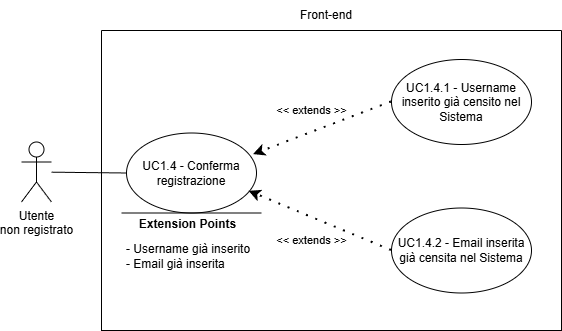
The draw.io diagram assets/diagrams/UC1_4.png in SkarabGroup/DocumentazioneProgetto, before a commit. Source tidied: cells renumbered, new cells last; positions are measured from the earlier drawing's top-left corner, leaving out a move shared by most shapes.
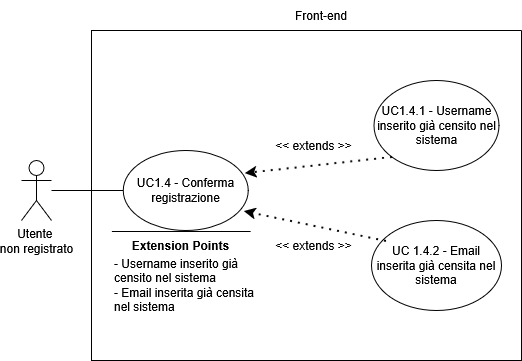
After the change.

The edit, as a diff of the source:
```diff
@@ -2,55 +2,50 @@
   <root>
     <mxCell id="0" />
     <mxCell id="1" parent="0" />
-    <mxCell id="2" value="Utente&lt;div&gt;non&amp;nbsp;&lt;span style=&quot;background-color: transparent; color: light-dark(rgb(0, 0, 0), rgb(255, 255, 255));&quot;&gt;registrato&lt;/span&gt;&lt;/div&gt;" style="shape=umlActor;verticalLabelPosition=bottom;verticalAlign=top;html=1;outlineConnect=0;align=center;" parent="1" vertex="1">
-      <mxGeometry y="141.5" width="30" height="60" as="geometry" />
+    <mxCell id="2" value="&lt;div&gt;Utente&amp;nbsp;&lt;/div&gt;&lt;div&gt;non registrato&lt;/div&gt;" style="shape=umlActor;verticalLabelPosition=bottom;verticalAlign=top;html=1;outlineConnect=0;" parent="1" vertex="1">
+      <mxGeometry y="159" width="30" height="60" as="geometry" />
     </mxCell>
-    <mxCell id="3" style="swimlane;startSize=0;" parent="1" vertex="1">
-      <mxGeometry x="80" y="30" width="460" height="300" as="geometry" />
-    </mxCell>
-    <mxCell id="4" style="ellipse;whiteSpace=wrap;html=1;" parent="3" vertex="1">
-      <mxGeometry x="25" y="102.5" width="130" height="80" as="geometry" />
-    </mxCell>
-    <mxCell id="5" style="endArrow=none;html=1;rounded=0;" parent="3" edge="1">
-      <mxGeometry relative="1" as="geometry">
-        <mxPoint x="20" y="182.5" as="sourcePoint" />
-        <mxPoint x="160" y="182.5" as="targetPoint" />
-      </mxGeometry>
-    </mxCell>
+    <mxCell id="17" style="swimlane;startSize=0;" parent="1" vertex="1">
+      <mxGeometry x="70" y="29" width="430" height="330" as="geometry" />
+    </mxCell>
+    <mxCell id="8" value="UC1.4 - Conferma registrazione" style="ellipse;whiteSpace=wrap;html=1;" parent="17" vertex="1">
+      <mxGeometry x="31.8" y="120" width="125" height="80" as="geometry" />
+    </mxCell>
+    <mxCell id="18" value="UC1.4.1 - Username inserito già censito nel sistema" style="ellipse;whiteSpace=wrap;html=1;" parent="17" vertex="1">
+      <mxGeometry x="282.5" y="50" width="125" height="90" as="geometry" />
+    </mxCell>
+    <mxCell id="19" style="endArrow=classic;dashed=1;html=1;dashPattern=1 3;strokeWidth=2;rounded=0;entryX=0.976;entryY=0.288;entryDx=0;entryDy=0;strokeColor=default;curved=0;endFill=1;endSize=6;entryPerimeter=0;exitX=0;exitY=1;exitDx=0;exitDy=0;" parent="17" edge="1" source="18" target="8">
+      <mxGeometry relative="1" as="geometry" />
+    </mxCell>
+    <mxCell id="20" value="UC 1.4.2 - Email inserita già censita nel sistema" style="ellipse;whiteSpace=wrap;html=1;" parent="17" vertex="1">
+      <mxGeometry x="280" y="190" width="130" height="90" as="geometry" />
+    </mxCell>
+    <mxCell id="21" style="endArrow=classic;dashed=1;html=1;dashPattern=1 3;strokeWidth=2;rounded=0;entryX=0.968;entryY=0.763;entryDx=0;entryDy=0;exitX=0.115;exitY=0.233;exitDx=0;exitDy=0;strokeColor=default;curved=0;endFill=1;endSize=6;entryPerimeter=0;exitPerimeter=0;" parent="17" edge="1" source="20" target="8">
+      <mxGeometry relative="1" as="geometry" />
+    </mxCell>
+    <mxCell id="22" value="&amp;lt;&amp;lt; extends &amp;gt;&amp;gt;" style="text;html=1;whiteSpace=wrap;strokeColor=none;fillColor=none;align=center;verticalAlign=middle;rounded=0;" parent="17" vertex="1">
+      <mxGeometry x="175" y="100" width="95" height="30" as="geometry" />
+    </mxCell>
+    <mxCell id="23" value="&amp;lt;&amp;lt; extends &amp;gt;&amp;gt;" style="text;html=1;whiteSpace=wrap;strokeColor=none;fillColor=none;align=center;verticalAlign=middle;rounded=0;" parent="17" vertex="1">
+      <mxGeometry x="175" y="200" width="95" height="30" as="geometry" />
+    </mxCell>
+    <mxCell id="24" style="endArrow=none;html=1;rounded=0;" parent="17" edge="1">
+      <mxGeometry relative="1" as="geometry">
+        <mxPoint x="159.1" y="201" as="sourcePoint" />
+        <mxPoint x="20.4" y="201" as="targetPoint" />
+      </mxGeometry>
+    </mxCell>
-    <mxCell id="6" value="&lt;b&gt;&lt;font style=&quot;font-size: 12px;&quot;&gt;Extension Points&lt;/font&gt;&lt;/b&gt;" style="edgeLabel;html=1;align=center;verticalAlign=middle;" parent="5" vertex="1">
-      <mxGeometry x="0.65" relative="1" as="geometry">
-        <mxPoint x="-50" y="11" as="offset" />
-      </mxGeometry>
+    <mxCell id="6" value="&lt;b&gt;Extension Points&lt;/b&gt;" style="text;html=1;whiteSpace=wrap;strokeColor=none;fillColor=none;align=center;verticalAlign=middle;rounded=0;strokeWidth=5;" parent="17" vertex="1">
+      <mxGeometry x="32.1" y="200" width="115" height="30" as="geometry" />
     </mxCell>
-    <mxCell id="7" value="&lt;font style=&quot;font-size: 12px;&quot;&gt;- Username già inserito&lt;/font&gt;&lt;div&gt;&lt;font style=&quot;font-size: 12px;&quot;&gt;- Email già inserita&lt;/font&gt;&lt;/div&gt;" style="text;html=1;align=left;verticalAlign=middle;whiteSpace=wrap;rounded=0;" parent="3" vertex="1">
-      <mxGeometry x="22.5" y="210.5" width="135" height="30" as="geometry" />
-    </mxCell>
-    <mxCell id="8" value="&lt;div style=&quot;&quot;&gt;&lt;span style=&quot;background-color: transparent; color: light-dark(rgb(0, 0, 0), rgb(255, 255, 255));&quot;&gt;UC1.4 - Conferma registrazione&lt;/span&gt;&lt;/div&gt;" style="text;html=1;align=center;verticalAlign=middle;whiteSpace=wrap;rounded=0;" parent="3" vertex="1">
-      <mxGeometry x="35" y="107.5" width="110" height="70" as="geometry" />
-    </mxCell>
-    <mxCell id="9" style="ellipse;whiteSpace=wrap;html=1;" parent="3" vertex="1">
-      <mxGeometry x="290" y="29" width="140" height="85" as="geometry" />
-    </mxCell>
-    <mxCell id="10" value="UC1.4.1 - Username inserito già censito nel Sistema" style="text;html=1;align=center;verticalAlign=middle;whiteSpace=wrap;rounded=0;" parent="3" vertex="1">
-      <mxGeometry x="295" y="36.5" width="130" height="70" as="geometry" />
-    </mxCell>
-    <mxCell id="11" value="&amp;lt;&amp;lt; extends &amp;gt;&amp;gt;" style="endArrow=classic;startArrow=none;endFill=1;startFill=0;html=1;verticalAlign=bottom;dashed=1;labelBackgroundColor=none;rounded=0;dashPattern=1 4;curved=0;endSize=6;strokeWidth=2;exitX=0;exitY=0.5;exitDx=0;exitDy=0;entryX=0.977;entryY=0.27;entryDx=0;entryDy=0;entryPerimeter=0;" parent="3" edge="1" source="9" target="4">
-      <mxGeometry x="0.1" y="-12" relative="1" as="geometry" />
-    </mxCell>
-    <mxCell id="12" style="ellipse;whiteSpace=wrap;html=1;" parent="3" vertex="1">
-      <mxGeometry x="290" y="177.5" width="140" height="85" as="geometry" />
-    </mxCell>
-    <mxCell id="13" value="UC1.4.2 - Email inserita già censita nel Sistema" style="text;html=1;align=center;verticalAlign=middle;whiteSpace=wrap;rounded=0;" parent="3" vertex="1">
-      <mxGeometry x="295" y="185" width="130" height="70" as="geometry" />
-    </mxCell>
-    <mxCell id="14" value="&amp;lt;&amp;lt; extends &amp;gt;&amp;gt;" style="endArrow=classic;startArrow=none;endFill=1;startFill=0;html=1;verticalAlign=bottom;dashed=1;labelBackgroundColor=none;rounded=0;dashPattern=1 4;curved=0;endSize=6;strokeWidth=2;exitX=0;exitY=0.5;exitDx=0;exitDy=0;entryX=0.943;entryY=0.729;entryDx=0;entryDy=0;entryPerimeter=0;" parent="3" edge="1" source="12" target="4">
-      <mxGeometry x="-0.04" y="30" relative="1" as="geometry" />
-    </mxCell>
+    <mxCell id="25" value="&lt;div align=&quot;left&quot;&gt;- Username inserito già censito nel sistema&lt;/div&gt;&lt;div align=&quot;left&quot;&gt;- Email inserita già censita nel sistema&lt;/div&gt;" style="text;html=1;whiteSpace=wrap;strokeColor=none;fillColor=none;align=left;verticalAlign=middle;rounded=0;" parent="17" vertex="1">
+      <mxGeometry x="20.8" y="210" width="147" height="90" as="geometry" />
+    </mxCell>
+    <mxCell id="26" style="endArrow=none;html=1;rounded=0;entryX=0;entryY=0.5;entryDx=0;entryDy=0;" parent="1" edge="1" source="2" target="8">
+      <mxGeometry relative="1" as="geometry" />
+    </mxCell>
-    <mxCell id="15" value="Front-end" style="text;html=1;align=center;verticalAlign=middle;whiteSpace=wrap;rounded=0;" parent="1" vertex="1">
-      <mxGeometry x="275" width="60" height="30" as="geometry" />
+    <mxCell id="15" value="Front-end" style="text;html=1;whiteSpace=wrap;strokeColor=none;fillColor=none;align=center;verticalAlign=middle;rounded=0;" parent="1" vertex="1">
+      <mxGeometry x="260" y="-1" width="80" height="30" as="geometry" />
     </mxCell>
-    <mxCell id="16" style="endArrow=none;html=1;rounded=0;entryX=0;entryY=0.5;entryDx=0;entryDy=0;" parent="1" edge="1" source="2" target="4">
-      <mxGeometry relative="1" as="geometry" />
-    </mxCell>
   </root>
 </mxGraphModel>
```
